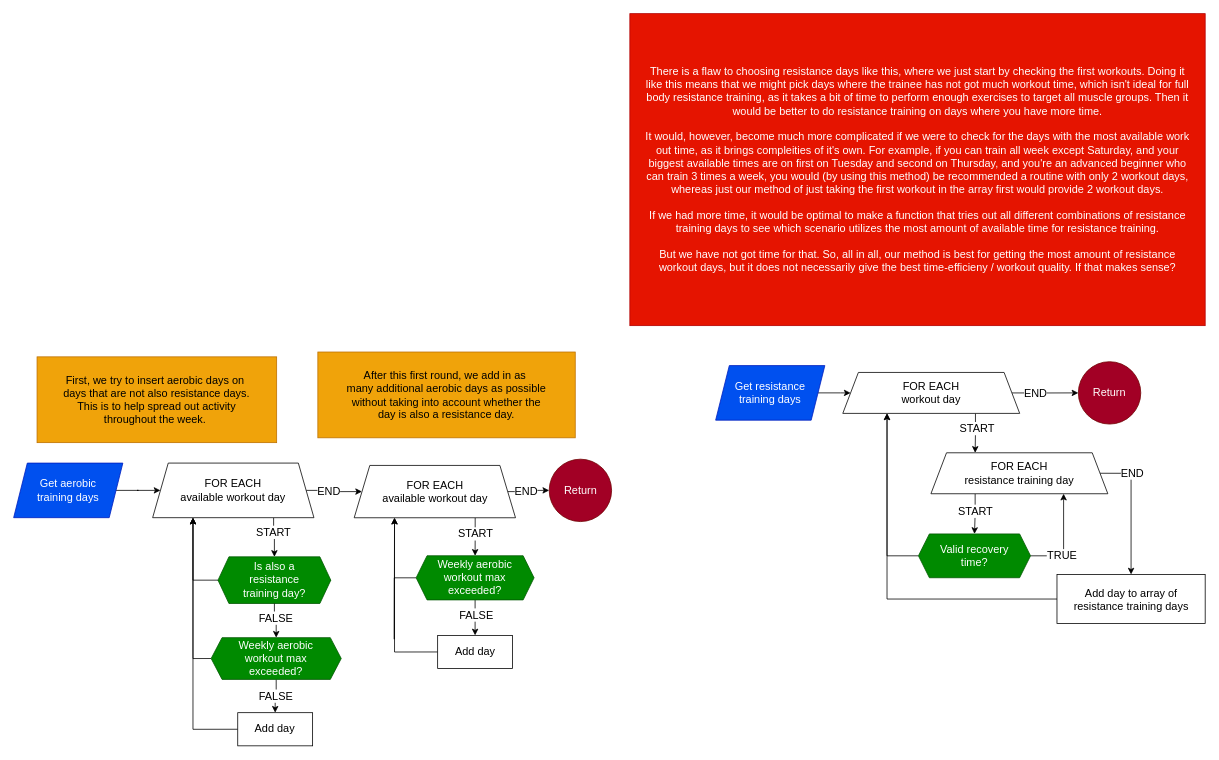
This is page "Find days" (4 of 7) of Main/workouts.drawio from Katrine123/P1-project, a draw.io file, before an edit. Source tidied: cells renumbered, new cells numbered last; positions are measured from the earlier drawing's top-left corner, leaving out a move shared by most shapes. Both pictures are drawn from the tidied source at 78%, with x=0, y=0 at pixel (13, 13).
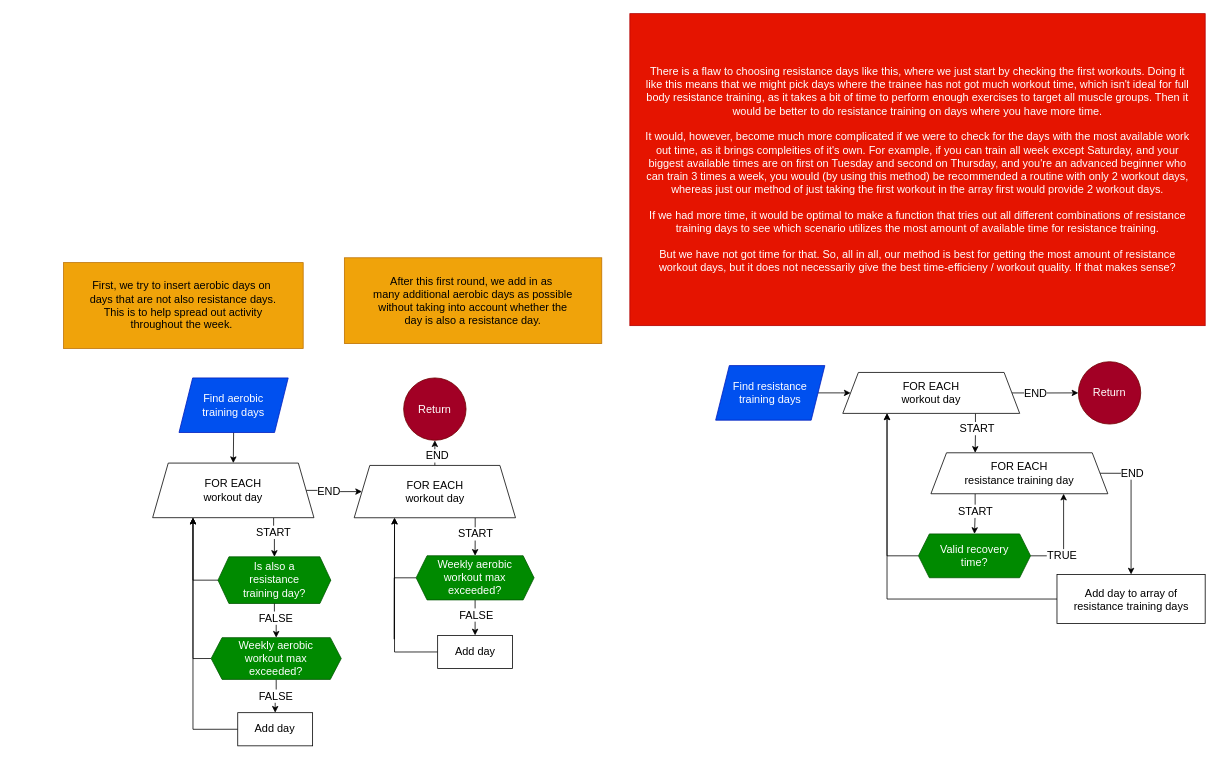
The same page after the edit.

Diff of the diagram source:
```diff
@@
-    <mxCell id="3" value="Get resistance training days" style="whiteSpace=wrap;html=1;fontFamily=lexend light;fontSize=14;fillColor=#0050ef;fontColor=#ffffff;strokeColor=#001DBC;shape=parallelogram;fixedSize=1;size=17.5;strokeWidth=1;spacingBottom=0;spacingLeft=15;spacingRight=15;perimeter=parallelogramPerimeter;" parent="1" vertex="1">
+    <mxCell id="3" value="Find resistance training days" style="whiteSpace=wrap;html=1;fontFamily=lexend light;fontSize=14;fillColor=#0050ef;fontColor=#ffffff;strokeColor=#001DBC;shape=parallelogram;fixedSize=1;size=17.5;strokeWidth=1;spacingBottom=0;spacingLeft=15;spacingRight=15;perimeter=parallelogramPerimeter;" parent="1" vertex="1">
       <mxGeometry x="900" y="451.2" width="140" height="70" as="geometry" />
     </mxCell>
@@
-    <mxCell id="22" style="edgeStyle=orthogonalEdgeStyle;rounded=0;jettySize=auto;html=1;exitX=1;exitY=0.5;exitDx=0;exitDy=0;entryX=0;entryY=0.5;entryDx=0;entryDy=0;fontFamily=lexend light;fontSize=14;fontColor=default;" parent="1" edge="1" source="23" target="35">
+    <mxCell id="22" style="edgeStyle=orthogonalEdgeStyle;rounded=0;jettySize=auto;html=1;exitX=0.5;exitY=1;exitDx=0;exitDy=0;entryX=0.5;entryY=0;entryDx=0;entryDy=0;fontFamily=lexend light;fontSize=14;fontColor=default;" parent="1" edge="1" source="23" target="35">
       <mxGeometry relative="1" as="geometry" />
     </mxCell>
-    <mxCell id="23" value="Get aerobic training days" style="whiteSpace=wrap;html=1;fontFamily=lexend light;fontSize=14;fillColor=#0050ef;fontColor=#ffffff;strokeColor=#001DBC;shape=parallelogram;fixedSize=1;size=17.5;strokeWidth=1;spacingBottom=0;spacingLeft=15;spacingRight=15;perimeter=parallelogramPerimeter;" parent="1" vertex="1">
-      <mxGeometry y="576.2" width="140" height="70" as="geometry" />
+    <mxCell id="23" value="Find aerobic training days" style="whiteSpace=wrap;html=1;fontFamily=lexend light;fontSize=14;fillColor=#0050ef;fontColor=#ffffff;strokeColor=#001DBC;shape=parallelogram;fixedSize=1;size=17.5;strokeWidth=1;spacingBottom=0;spacingLeft=15;spacingRight=15;perimeter=parallelogramPerimeter;" parent="1" vertex="1">
+      <mxGeometry x="212" y="467" width="140" height="70" as="geometry" />
     </mxCell>
@@
     <mxCell id="30" value="Return" style="ellipse;whiteSpace=wrap;html=1;rounded=0;fillColor=#a20025;fontColor=#ffffff;strokeColor=#6F0000;fontFamily=lexend light;fontSize=14;spacingBottom=0;spacingLeft=15;spacingRight=15;" parent="1" vertex="1">
-      <mxGeometry x="686.6" y="571.2" width="80" height="80" as="geometry" />
+      <mxGeometry x="500" y="467" width="80" height="80" as="geometry" />
     </mxCell>
@@
-    <mxCell id="35" value="FOR EACH&lt;div&gt;available workout day&lt;/div&gt;" style="whiteSpace=wrap;html=1;fontFamily=lexend light;fontSize=14;spacingBottom=0;spacingLeft=15;spacingRight=15;shape=trapezoid;perimeter=trapezoidPerimeter;fixedSize=1;" parent="1" vertex="1">
+    <mxCell id="35" value="FOR EACH&lt;div&gt;workout day&lt;/div&gt;" style="whiteSpace=wrap;html=1;fontFamily=lexend light;fontSize=14;spacingBottom=0;spacingLeft=15;spacingRight=15;shape=trapezoid;perimeter=trapezoidPerimeter;fixedSize=1;" parent="1" vertex="1">
       <mxGeometry x="178.2" y="576.2" width="206.8" height="70" as="geometry" />
     </mxCell>
@@
-    <mxCell id="42" style="edgeStyle=orthogonalEdgeStyle;rounded=0;jettySize=auto;html=1;exitX=1;exitY=0.5;exitDx=0;exitDy=0;entryX=0;entryY=0.5;entryDx=0;entryDy=0;fontFamily=lexend light;fontSize=14;fontColor=default;" parent="1" edge="1" source="46" target="30">
+    <mxCell id="42" style="edgeStyle=orthogonalEdgeStyle;rounded=0;jettySize=auto;html=1;exitX=0.5;exitY=0;exitDx=0;exitDy=0;entryX=0.5;entryY=1;entryDx=0;entryDy=0;fontFamily=lexend light;fontSize=14;fontColor=default;" parent="1" edge="1" source="46" target="30">
       <mxGeometry relative="1" as="geometry" />
     </mxCell>
     <mxCell id="43" value="END" style="edgeLabel;html=1;align=center;verticalAlign=middle;strokeColor=default;spacingLeft=15;spacingRight=15;spacingBottom=0;fontFamily=lexend light;fontSize=14;fontColor=default;fillColor=default;" parent="42" vertex="1">
       <mxGeometry x="-0.52" y="3" relative="1" as="geometry">
-        <mxPoint x="10" y="3" as="offset" />
+        <mxPoint x="5" y="-5" as="offset" />
       </mxGeometry>
     </mxCell>
@@
-    <mxCell id="46" value="FOR EACH&lt;div&gt;available workout day&lt;/div&gt;" style="whiteSpace=wrap;html=1;fontFamily=lexend light;fontSize=14;spacingBottom=0;spacingLeft=15;spacingRight=15;shape=trapezoid;perimeter=trapezoidPerimeter;fixedSize=1;" parent="1" vertex="1">
+    <mxCell id="46" value="FOR EACH&lt;div&gt;workout day&lt;/div&gt;" style="whiteSpace=wrap;html=1;fontFamily=lexend light;fontSize=14;spacingBottom=0;spacingLeft=15;spacingRight=15;shape=trapezoid;perimeter=trapezoidPerimeter;fixedSize=1;" parent="1" vertex="1">
       <mxGeometry x="436.6" y="579.2" width="206.8" height="67.1" as="geometry" />
     </mxCell>
@@
     <mxCell id="51" value="&lt;div&gt;First, we try to insert aerobic days on&amp;nbsp;&lt;/div&gt;&lt;div&gt;days that are not also resistance days.&lt;/div&gt;&lt;div&gt;This is to help spread out activity&lt;/div&gt;&lt;div&gt;throughout the week.&amp;nbsp;&lt;/div&gt;" style="whiteSpace=wrap;html=1;fontFamily=lexend light;fontSize=14;spacingBottom=0;spacingLeft=15;spacingRight=15;fillColor=#f0a30a;fontColor=#000000;strokeColor=#BD7000;" parent="1" vertex="1">
-      <mxGeometry x="30" y="440" width="307.2" height="110" as="geometry" />
+      <mxGeometry x="64" y="319.2" width="307.2" height="110" as="geometry" />
     </mxCell>
     <mxCell id="52" value="&lt;div&gt;After this first round, we add in as&amp;nbsp;&lt;/div&gt;&lt;div&gt;many additional aerobic days as possible&lt;/div&gt;&lt;div&gt;without taking into account whether the&lt;/div&gt;&lt;div&gt;day is also a resistance day.&lt;/div&gt;" style="whiteSpace=wrap;html=1;fontFamily=lexend light;fontSize=14;spacingBottom=0;spacingLeft=15;spacingRight=15;fillColor=#f0a30a;fontColor=#000000;strokeColor=#BD7000;" parent="1" vertex="1">
-      <mxGeometry x="390" y="433.8" width="330" height="110" as="geometry" />
+      <mxGeometry x="424" y="313" width="330" height="110" as="geometry" />
     </mxCell>
```
